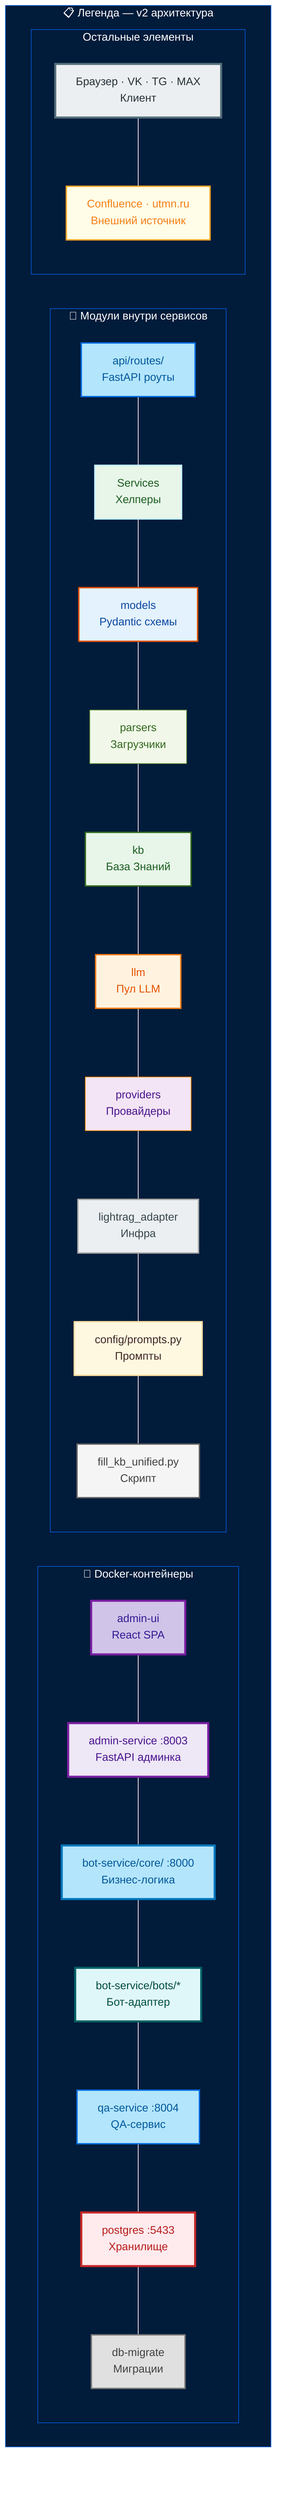
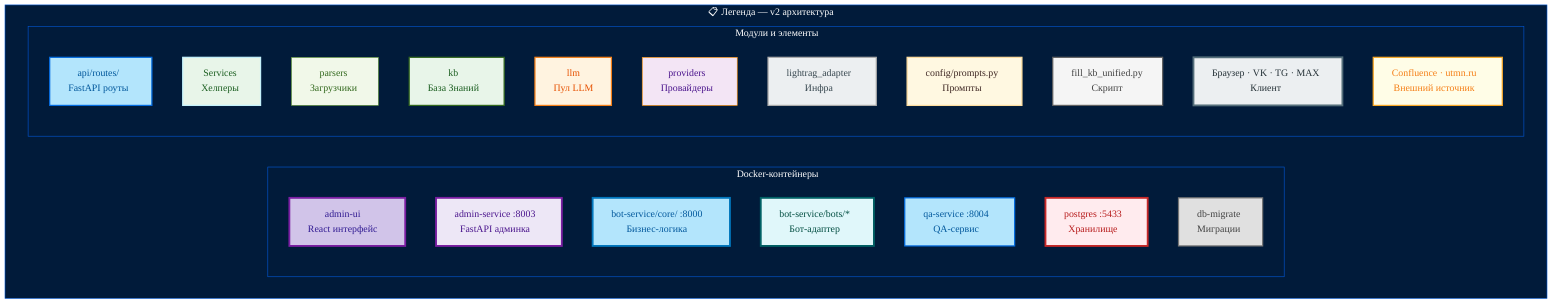
%%{
  init: {
    'theme': 'base',
    'themeVariables': {
      'background': '#011B3A',
      'primaryColor': '#032B50',
      'primaryTextColor': '#FFFFFF',
      'primaryBorderColor': '#046CE0',
      'lineColor': '#FFFFFF',
      'secondaryColor': '#021E39',
      'tertiaryColor': '#021E39',
      'clusterBkg': '#011B3A',
      'clusterBorder': '#0357D2',
      'nodeBorder': '#046CE0',
      'nodeTextColor': '#FFFFFF',
-       'titleColor': '#FFFFFF'
+       'titleColor': '#FFFFFF',
+       'fontFamily': 'Aptos, sans-serif'
    },
    'flowchart': {
      'htmlLabels': true,
      'curve': 'basis'
    }
  }
}%%

flowchart TB

+   classDef ui fill:#D1C4E9,stroke:#7B1FA2,stroke-width:3px,color:#311B92
  classDef admin fill:#EDE7F6,stroke:#7B1FA2,stroke-width:3px,color:#4A148C
-   classDef ui fill:#D1C4E9,stroke:#7B1FA2,stroke-width:3px,color:#311B92
+   classDef core fill:#B3E5FC,stroke:#0277BD,stroke-width:3px,color:#01579B
  classDef adapt fill:#E0F7FA,stroke:#006064,stroke-width:3px,color:#004D40
-   classDef core fill:#B3E5FC,stroke:#0277BD,stroke-width:3px,color:#01579B
+   classDef api fill:#B3E5FC,stroke:#046CE0,stroke-width:2px,color:#01579B
  classDef services fill:#E8F5E9,stroke:#C4F1FB,stroke-width:2px,color:#1B5E20
-   classDef api fill:#B3E5FC,stroke:#046CE0,stroke-width:2px,color:#01579B
-   classDef models fill:#E3F2FD,stroke:#E65100,stroke-width:2px,color:#0D47A1
+   classDef storage fill:#FFEBEE,stroke:#C62828,stroke-width:3px,color:#B71C1C
+   classDef migrate fill:#E0E0E0,stroke:#757575,stroke-width:2px,color:#424242
  classDef parser fill:#F1F8E9,stroke:#558B2F,stroke-width:1px,color:#33691E
  classDef kb fill:#E8F5E9,stroke:#33691E,stroke-width:2px,color:#1B5E20
  classDef llm fill:#FFF3E0,stroke:#F57F17,stroke-width:2px,color:#E65100
  classDef provider fill:#F3E5F5,stroke:#FF8F00,stroke-width:1px,color:#4A148C
  classDef infra fill:#ECEFF1,stroke:#AAAAAA,stroke-width:2px,color:#37474F
  classDef prompt fill:#FFF8E1,stroke:#FFDE9F,stroke-width:2px,color:#3E2723
  classDef script fill:#F5F5F5,stroke:#616161,stroke-width:2px,color:#424242
+   classDef client fill:#ECEFF1,stroke:#546E7A,stroke-width:3px,color:#263238
  classDef external fill:#FFFDE7,stroke:#F9A825,stroke-width:2px,color:#F57F17
-   classDef client fill:#ECEFF1,stroke:#546E7A,stroke-width:3px,color:#263238
-   classDef storage fill:#FFEBEE,stroke:#C62828,stroke-width:3px,color:#B71C1C
-   classDef migrate fill:#E0E0E0,stroke:#757575,stroke-width:2px,color:#424242

  subgraph Legend["📋 Легенда — v2 архитектура"]
+     direction LR

-     subgraph Docker["🐳 Docker-контейнеры"]
-       L1["admin-ui<br/>React SPA"]:::ui
+     subgraph Col1["🐳 Docker-контейнеры"]
+       L1["admin-ui<br/>React интерфейс"]:::ui
      L2["admin-service :8003<br/>FastAPI админка"]:::admin
      L3["bot-service/core/ :8000<br/>Бизнес-логика"]:::core
      L4["bot-service/bots/*<br/>Бот-адаптер"]:::adapt
      L5["qa-service :8004<br/>QA-сервис"]:::api
      L6["postgres :5433<br/>Хранилище"]:::storage
      L7["db-migrate<br/>Миграции"]:::migrate
-       L1 --- L2
-       L2 --- L3
-       L3 --- L4
-       L4 --- L5
-       L5 --- L6
-       L6 --- L7
    end

-     subgraph Modules["🧩 Модули внутри сервисов"]
-       M1["api/routes/<br/>FastAPI роуты"]:::api
-       M2["Services<br/>Хелперы"]:::services
-       M3["models<br/>Pydantic схемы"]:::models
-       M4["parsers<br/>Загрузчики"]:::parser
-       M5["kb<br/>База Знаний"]:::kb
-       M6["llm<br/>Пул LLM"]:::llm
-       M7["providers<br/>Провайдеры"]:::provider
-       M8["lightrag_adapter<br/>Инфра"]:::infra
-       M9["config/prompts.py<br/>Промпты"]:::prompt
-       M10["fill_kb_unified.py<br/>Скрипт"]:::script
-       M1 --- M2
-       M2 --- M3
-       M3 --- M4
-       M4 --- M5
-       M5 --- M6
-       M6 --- M7
-       M7 --- M8
-       M8 --- M9
-       M9 --- M10
-     end
- 
-     subgraph Other["Остальные элементы"]
-       O1["Браузер · VK · TG · MAX<br/>Клиент"]:::client
-       O2["Confluence · utmn.ru<br/>Внешний источник"]:::external
-       O1 --- O2
+     subgraph Col2["🧩 Модули и элементы"]
+       R1["api/routes/<br/>FastAPI роуты"]:::api
+       R2["Services<br/>Хелперы"]:::services
+       R3["parsers<br/>Загрузчики"]:::parser
+       R4["kb<br/>База Знаний"]:::kb
+       R5["llm<br/>Пул LLM"]:::llm
+       R6["providers<br/>Провайдеры"]:::provider
+       R7["lightrag_adapter<br/>Инфра"]:::infra
+       R8["config/prompts.py<br/>Промпты"]:::prompt
+       R9["fill_kb_unified.py<br/>Скрипт"]:::script
+       R10["Браузер · VK · TG · MAX<br/>Клиент"]:::client
+       R11["Confluence · utmn.ru<br/>Внешний источник"]:::external
    end

  end
